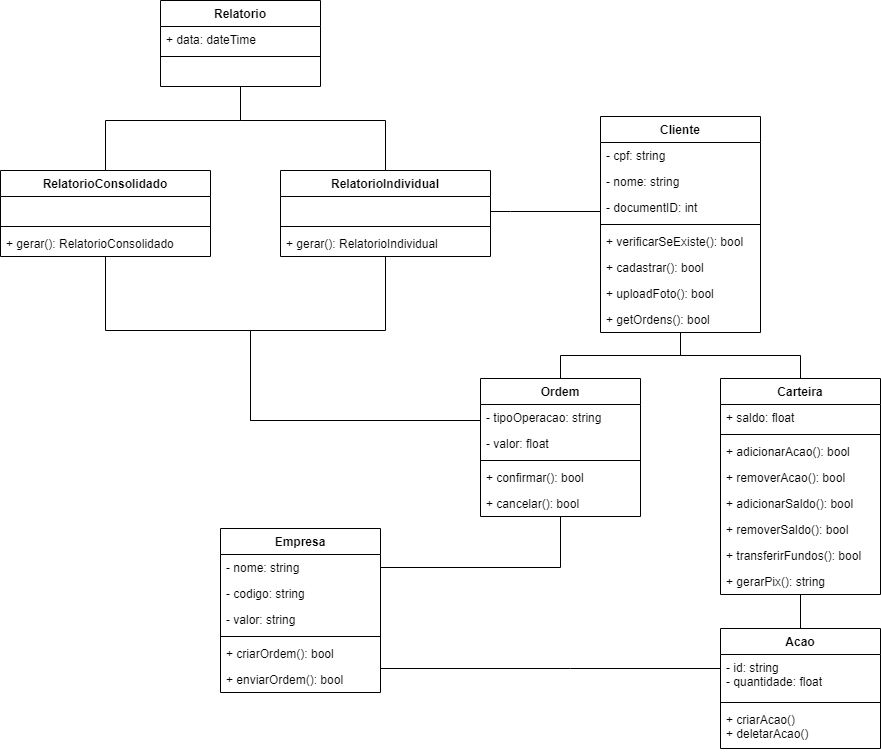
Earlier version of the draw.io export MarketClasses.drawio.png (EijiDogen/FEI_MDSMarket). Source tidied: cells renumbered, new cells last; positions are measured from the earlier drawing's top-left corner, leaving out a move shared by most shapes.
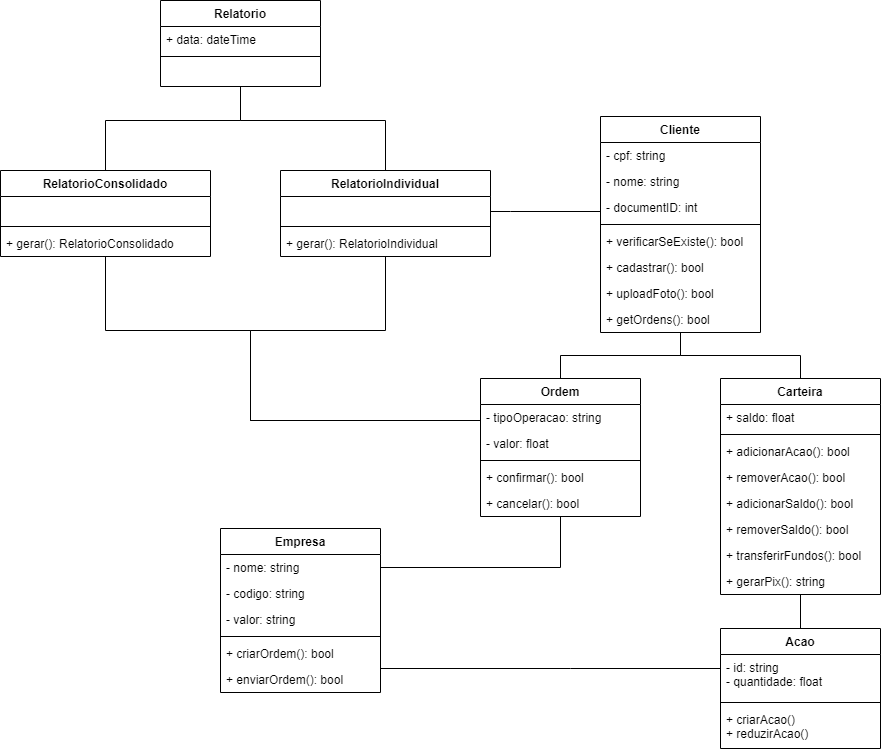
The same diagram one commit later.

Change to the diagram source:
```diff
@@ -82,7 +82,7 @@
     <mxCell id="26" style="line;strokeWidth=1;fillColor=none;align=left;verticalAlign=middle;spacingTop=-1;spacingLeft=3;spacingRight=3;labelPosition=right;" parent="24" vertex="1">
       <mxGeometry y="70" width="160" height="8" as="geometry" />
     </mxCell>
-    <mxCell id="27" value="+ criarAcao()&#10;+ deletarAcao()" style="text;strokeColor=none;fillColor=none;align=left;verticalAlign=top;spacingLeft=4;spacingRight=4;overflow=hidden;" parent="24" vertex="1">
+    <mxCell id="27" value="+ criarAcao()&#10;+ reduzirAcao()" style="text;strokeColor=none;fillColor=none;align=left;verticalAlign=top;spacingLeft=4;spacingRight=4;overflow=hidden;" parent="24" vertex="1">
       <mxGeometry y="78" width="160" height="42" as="geometry" />
     </mxCell>
     <mxCell id="28" value="Ordem" style="swimlane;fontStyle=1;align=center;verticalAlign=top;horizontal=1;startSize=26;" parent="1" vertex="1">
```
